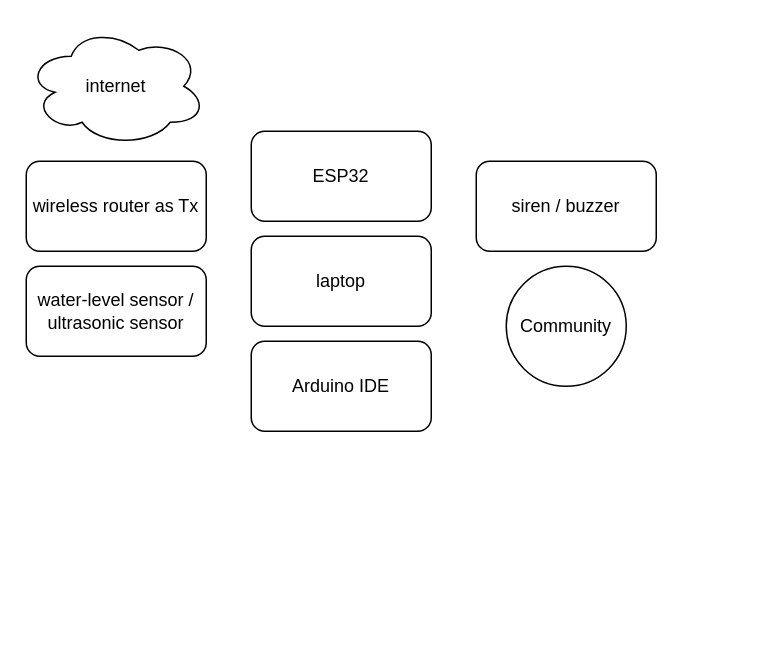
This is WSN 4 Pre Thesis.drawio from troders34/troders34, a draw.io file, before an edit. Source tidied: cells renumbered, new cells numbered last; positions are measured from the earlier drawing's top-left corner, leaving out a move shared by most shapes. Both pictures are drawn from the tidied source at 150%, with x=0, y=0 at pixel (26, 26).
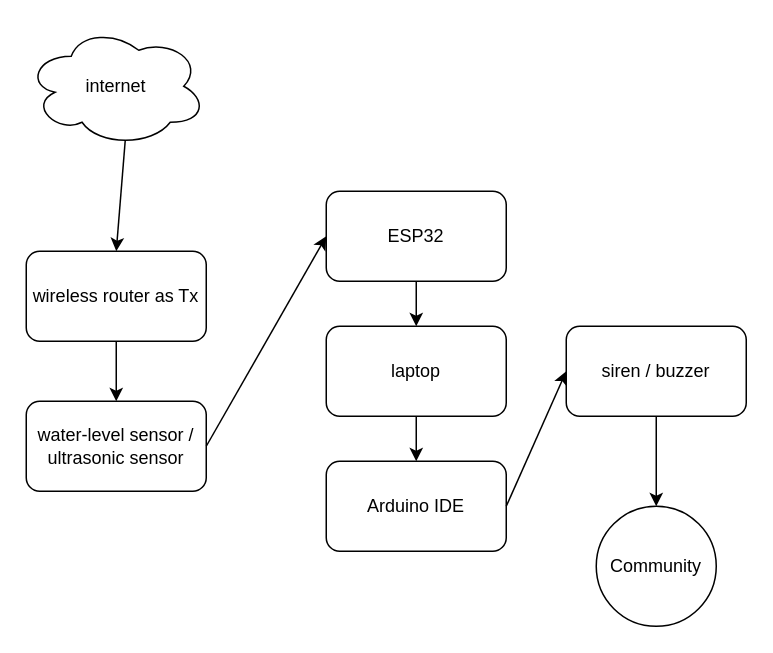
The same diagram, later.

Diff of the diagram source:
```diff
@@
 <mxGraphModel>
   <root>
     <mxCell id="0" />
     <mxCell id="1" parent="0" />
     <mxCell id="2" value="ESP32" style="rounded=1;whiteSpace=wrap;html=1;" parent="1" vertex="1">
-      <mxGeometry x="150" y="70" width="120" height="60" as="geometry" />
+      <mxGeometry x="200" y="110" width="120" height="60" as="geometry" />
     </mxCell>
     <mxCell id="3" value="water-level sensor / ultrasonic sensor" style="rounded=1;whiteSpace=wrap;html=1;" parent="1" vertex="1">
-      <mxGeometry y="160" width="120" height="60" as="geometry" />
+      <mxGeometry y="250" width="120" height="60" as="geometry" />
     </mxCell>
     <mxCell id="4" value="laptop" style="rounded=1;whiteSpace=wrap;html=1;" parent="1" vertex="1">
-      <mxGeometry x="150" y="140" width="120" height="60" as="geometry" />
+      <mxGeometry x="200" y="200" width="120" height="60" as="geometry" />
     </mxCell>
     <mxCell id="5" value="wireless router as Tx" style="rounded=1;whiteSpace=wrap;html=1;" parent="1" vertex="1">
-      <mxGeometry y="90" width="120" height="60" as="geometry" />
+      <mxGeometry y="150" width="120" height="60" as="geometry" />
     </mxCell>
     <mxCell id="6" value="internet" style="ellipse;shape=cloud;whiteSpace=wrap;html=1;" parent="1" vertex="1">
       <mxGeometry width="120" height="80" as="geometry" />
     </mxCell>
     <mxCell id="7" value="siren / buzzer" style="rounded=1;whiteSpace=wrap;html=1;" parent="1" vertex="1">
-      <mxGeometry x="300" y="90" width="120" height="60" as="geometry" />
+      <mxGeometry x="360" y="200" width="120" height="60" as="geometry" />
     </mxCell>
     <mxCell id="8" value="Arduino IDE" style="rounded=1;whiteSpace=wrap;html=1;" parent="1" vertex="1">
-      <mxGeometry x="150" y="210" width="120" height="60" as="geometry" />
+      <mxGeometry x="200" y="290" width="120" height="60" as="geometry" />
     </mxCell>
     <mxCell id="9" value="Community" style="ellipse;whiteSpace=wrap;html=1;" parent="1" vertex="1">
-      <mxGeometry x="320" y="160" width="80" height="80" as="geometry" />
+      <mxGeometry x="380" y="320" width="80" height="80" as="geometry" />
     </mxCell>
+    <mxCell id="10" style="endArrow=classic;html=1;rounded=0;entryX=0.5;entryY=0;entryDx=0;entryDy=0;exitX=0.55;exitY=0.95;exitDx=0;exitDy=0;exitPerimeter=0;" parent="1" edge="1" source="6" target="5">
+      <mxGeometry relative="1" as="geometry" />
+    </mxCell>
+    <mxCell id="11" style="endArrow=classic;html=1;rounded=0;exitX=0.5;exitY=1;exitDx=0;exitDy=0;entryX=0.5;entryY=0;entryDx=0;entryDy=0;" parent="1" edge="1" source="5" target="3">
+      <mxGeometry relative="1" as="geometry" />
+    </mxCell>
+    <mxCell id="12" style="endArrow=classic;html=1;rounded=0;exitX=1;exitY=0.5;exitDx=0;exitDy=0;entryX=0;entryY=0.5;entryDx=0;entryDy=0;" parent="1" edge="1" source="3" target="2">
+      <mxGeometry relative="1" as="geometry" />
+    </mxCell>
+    <mxCell id="13" style="endArrow=classic;html=1;rounded=0;exitX=0.5;exitY=1;exitDx=0;exitDy=0;entryX=0.5;entryY=0;entryDx=0;entryDy=0;" parent="1" edge="1" source="2" target="4">
+      <mxGeometry relative="1" as="geometry" />
+    </mxCell>
+    <mxCell id="14" style="endArrow=classic;html=1;rounded=0;exitX=0.5;exitY=1;exitDx=0;exitDy=0;entryX=0.5;entryY=0;entryDx=0;entryDy=0;" parent="1" edge="1" source="4" target="8">
+      <mxGeometry relative="1" as="geometry" />
+    </mxCell>
+    <mxCell id="15" style="endArrow=classic;html=1;rounded=0;exitX=1;exitY=0.5;exitDx=0;exitDy=0;entryX=0;entryY=0.5;entryDx=0;entryDy=0;" parent="1" edge="1" source="8" target="7">
+      <mxGeometry relative="1" as="geometry" />
+    </mxCell>
+    <mxCell id="16" style="endArrow=classic;html=1;rounded=0;exitX=0.5;exitY=1;exitDx=0;exitDy=0;entryX=0.5;entryY=0;entryDx=0;entryDy=0;" parent="1" edge="1" source="7" target="9">
+      <mxGeometry relative="1" as="geometry" />
+    </mxCell>
   </root>
 </mxGraphModel>
```
